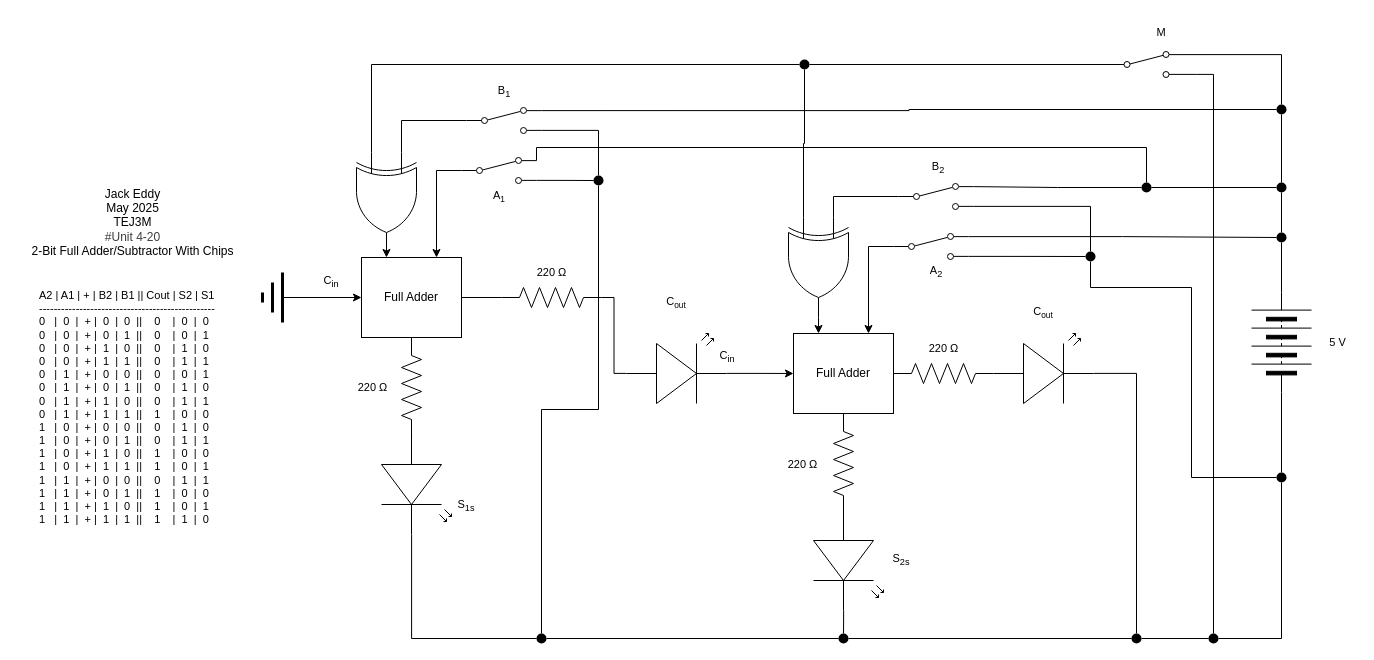
Earlier version of the draw.io diagram Unit4-20.drawio (Jack-Eddy/TEJ3M-Unit4). Source tidied: cells renumbered, new cells numbered last; positions are measured from the earlier drawing's top-left corner, leaving out a move shared by most shapes. Both pictures are drawn from the tidied source at 100%, with x=0, y=0 at pixel (17, 17).
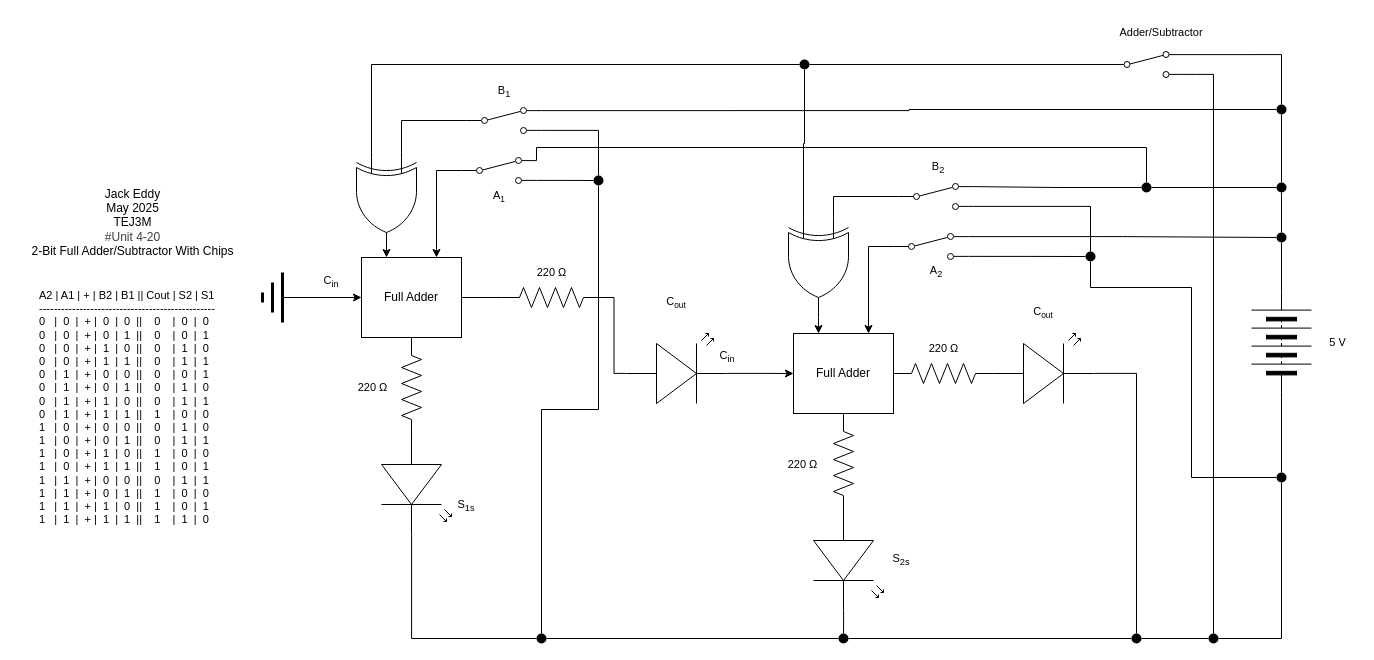
The same diagram, later.

What changed in the source:
```diff
@@
-    <mxCell id="84" value="M" style="text;html=1;align=center;verticalAlign=middle;whiteSpace=wrap;rounded=0;fontFamily=Helvetica;fontSize=11;fontColor=default;labelBackgroundColor=default;" parent="1" vertex="1">
+    <mxCell id="84" value="Adder/Subtractor" style="text;html=1;align=center;verticalAlign=middle;whiteSpace=wrap;rounded=0;fontFamily=Helvetica;fontSize=11;fontColor=default;labelBackgroundColor=default;" parent="1" vertex="1">
       <mxGeometry x="1114" width="60" height="30" as="geometry" />
     </mxCell>
```
